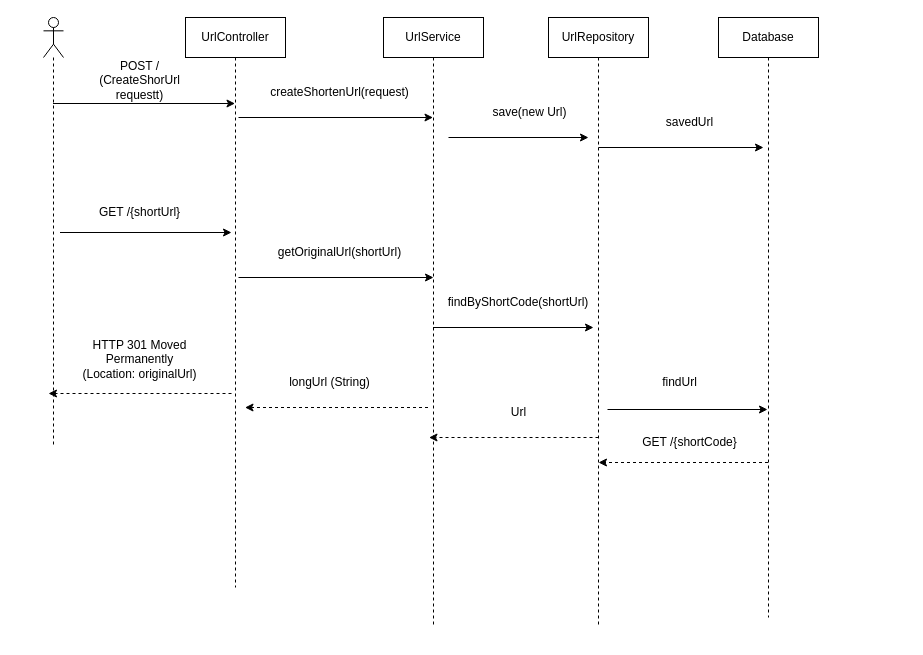
Before: Url-shortner/diagrams/SequenceDiagram.drawio in fathiaoyinloye/URL-Shortener-Application, a draw.io diagram. Source tidied: cells renumbered, new cells numbered last; positions are measured from the earlier drawing's top-left corner, leaving out a move shared by most shapes. Both pictures are drawn from the tidied source at 100%, with x=0, y=0 at pixel (43, 17).
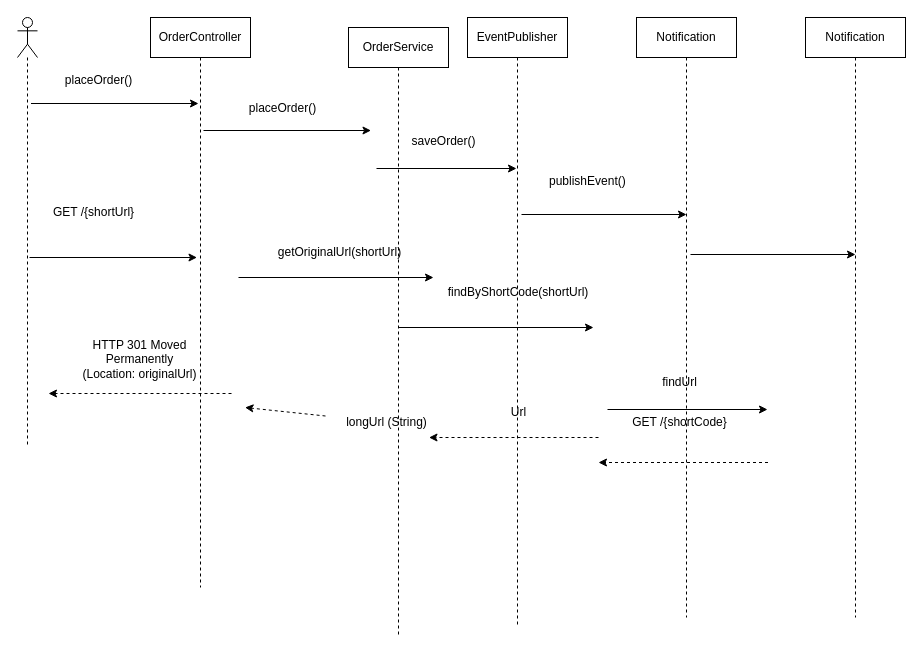
The same page after the edit.

Commit message (it also covers changes not shown here):
Update SequenceDiagram and add ClassDiagram for improved architecture visualization

What changed in the source:
```diff
@@
-    <mxCell id="2" style="edgeStyle=orthogonalEdgeStyle;rounded=0;orthogonalLoop=1;jettySize=auto;html=1;curved=0;" parent="1" edge="1">
-      <mxGeometry relative="1" as="geometry">
-        <mxPoint x="16.5" y="215" as="sourcePoint" />
-        <mxPoint x="188" y="215" as="targetPoint" />
-      </mxGeometry>
-    </mxCell>
     <mxCell id="3" style="shape=umlLifeline;perimeter=lifelinePerimeter;whiteSpace=wrap;html=1;newEdgeStyle={&quot;curved&quot;:0,&quot;rounded&quot;:0};participant=umlActor;" parent="1" vertex="1">
-      <mxGeometry width="20" height="430" as="geometry" />
+      <mxGeometry x="-26" width="20" height="430" as="geometry" />
     </mxCell>
-    <mxCell id="4" value="UrlService" style="shape=umlLifeline;perimeter=lifelinePerimeter;whiteSpace=wrap;html=1;outlineConnect=0;portConstraint=eastwest;newEdgeStyle={&quot;curved&quot;:0,&quot;rounded&quot;:0};" parent="1" vertex="1">
-      <mxGeometry x="340" width="100" height="610" as="geometry" />
+    <mxCell id="4" value="OrderService" style="shape=umlLifeline;perimeter=lifelinePerimeter;whiteSpace=wrap;html=1;outlineConnect=0;portConstraint=eastwest;newEdgeStyle={&quot;curved&quot;:0,&quot;rounded&quot;:0};" parent="1" vertex="1">
+      <mxGeometry x="305" y="10" width="100" height="610" as="geometry" />
     </mxCell>
-    <mxCell id="5" value="UrlController" style="shape=umlLifeline;perimeter=lifelinePerimeter;whiteSpace=wrap;html=1;newEdgeStyle={&quot;curved&quot;:0,&quot;rounded&quot;:0};" parent="1" vertex="1">
-      <mxGeometry x="142" width="100" height="570" as="geometry" />
+    <mxCell id="5" value="OrderController" style="shape=umlLifeline;perimeter=lifelinePerimeter;whiteSpace=wrap;html=1;newEdgeStyle={&quot;curved&quot;:0,&quot;rounded&quot;:0};" parent="1" vertex="1">
+      <mxGeometry x="107" width="100" height="570" as="geometry" />
     </mxCell>
-    <mxCell id="6" value="Database" style="shape=umlLifeline;perimeter=lifelinePerimeter;whiteSpace=wrap;html=1;newEdgeStyle={&quot;curved&quot;:0,&quot;rounded&quot;:0};" parent="1" vertex="1">
-      <mxGeometry x="675" width="100" height="600" as="geometry" />
+    <mxCell id="6" value="Notification" style="shape=umlLifeline;perimeter=lifelinePerimeter;whiteSpace=wrap;html=1;newEdgeStyle={&quot;curved&quot;:0,&quot;rounded&quot;:0};" parent="1" vertex="1">
+      <mxGeometry x="593" width="100" height="600" as="geometry" />
     </mxCell>
-    <mxCell id="7" value="UrlRepository" style="shape=umlLifeline;perimeter=lifelinePerimeter;whiteSpace=wrap;html=1;newEdgeStyle={&quot;curved&quot;:0,&quot;rounded&quot;:0};" parent="1" vertex="1">
-      <mxGeometry x="505" width="100" height="610" as="geometry" />
+    <mxCell id="7" value="EventPublisher" style="shape=umlLifeline;perimeter=lifelinePerimeter;whiteSpace=wrap;html=1;newEdgeStyle={&quot;curved&quot;:0,&quot;rounded&quot;:0};" parent="1" vertex="1">
+      <mxGeometry x="424" width="100" height="610" as="geometry" />
     </mxCell>
     <mxCell id="8" style="endArrow=classic;html=1;rounded=0;" parent="1" edge="1">
       <mxGeometry relative="1" as="geometry">
-        <mxPoint x="9.5" y="86" as="sourcePoint" />
-        <mxPoint x="191.5" y="86" as="targetPoint" />
+        <mxPoint x="-12.5" y="86" as="sourcePoint" />
+        <mxPoint x="155" y="86" as="targetPoint" />
       </mxGeometry>
     </mxCell>
-    <mxCell id="9" style="endArrow=classic;html=1;rounded=0;" parent="1" edge="1" target="4">
-      <mxGeometry relative="1" as="geometry">
-        <mxPoint x="195" y="100" as="sourcePoint" />
-      </mxGeometry>
-    </mxCell>
     <mxCell id="10" style="endArrow=classic;html=1;rounded=0;" parent="1" edge="1">
       <mxGeometry relative="1" as="geometry">
-        <mxPoint x="405" y="120" as="sourcePoint" />
-        <mxPoint x="545" y="120" as="targetPoint" />
+        <mxPoint x="333" y="151" as="sourcePoint" />
+        <mxPoint x="473" y="151" as="targetPoint" />
       </mxGeometry>
     </mxCell>
     <mxCell id="11" style="endArrow=classic;html=1;rounded=0;" parent="1" edge="1">
       <mxGeometry relative="1" as="geometry">
-        <mxPoint x="555" y="130" as="sourcePoint" />
-        <mxPoint x="720" y="130" as="targetPoint" />
+        <mxPoint x="478" y="197" as="sourcePoint" />
+        <mxPoint x="643" y="197" as="targetPoint" />
       </mxGeometry>
     </mxCell>
     <mxCell id="12" value="GET /{shortUrl}" style="text;html=1;whiteSpace=wrap;strokeColor=none;fillColor=none;align=center;verticalAlign=middle;rounded=0;" parent="1" vertex="1">
-      <mxGeometry x="35" y="180" width="123" height="30" as="geometry" />
+      <mxGeometry x="-11" y="180" width="123" height="30" as="geometry" />
     </mxCell>
@@
     <mxCell id="17" value="findByShortCode(shortUrl)" style="text;html=1;whiteSpace=wrap;strokeColor=none;fillColor=none;align=center;verticalAlign=middle;rounded=0;" parent="1" vertex="1">
-      <mxGeometry x="395" y="270" width="160" height="30" as="geometry" />
+      <mxGeometry x="395" y="260" width="160" height="30" as="geometry" />
     </mxCell>
@@
-    <mxCell id="19" value="longUrl (String)" style="text;html=1;whiteSpace=wrap;strokeColor=none;fillColor=none;align=center;verticalAlign=middle;rounded=0;" parent="1" vertex="1">
-      <mxGeometry x="225" y="350" width="123" height="30" as="geometry" />
-    </mxCell>
     <mxCell id="20" value="GET /{shortCode}" style="text;html=1;whiteSpace=wrap;strokeColor=none;fillColor=none;align=center;verticalAlign=middle;rounded=0;" parent="1" vertex="1">
-      <mxGeometry x="585" y="410" width="123" height="30" as="geometry" />
+      <mxGeometry x="575" y="390" width="123" height="30" as="geometry" />
     </mxCell>
-    <mxCell id="21" value="POST / (CreateShorUrl requestt)" style="text;html=1;whiteSpace=wrap;strokeColor=none;fillColor=none;align=center;verticalAlign=middle;rounded=0;" parent="1" vertex="1">
-      <mxGeometry x="35" y="48" width="123" height="30" as="geometry" />
+    <mxCell id="21" value="placeOrder()" style="text;html=1;whiteSpace=wrap;strokeColor=none;fillColor=none;align=center;verticalAlign=middle;rounded=0;" parent="1" vertex="1">
+      <mxGeometry x="-6" y="48" width="123" height="30" as="geometry" />
     </mxCell>
@@
-    <mxCell id="26" style="endArrow=classic;html=1;rounded=0;dashed=1;" parent="1" edge="1">
+    <mxCell id="26" style="endArrow=classic;html=1;rounded=0;dashed=1;" parent="1" edge="1" source="19">
       <mxGeometry relative="1" as="geometry">
-        <mxPoint x="384.5" y="390" as="sourcePoint" />
         <mxPoint x="201.5" y="390" as="targetPoint" />
       </mxGeometry>
     </mxCell>
@@
-    <mxCell id="28" value="createShortenUrl(request)" style="text;html=1;whiteSpace=wrap;strokeColor=none;fillColor=none;align=center;verticalAlign=middle;rounded=0;" parent="1" vertex="1">
-      <mxGeometry x="235" y="60" width="123" height="30" as="geometry" />
+    <mxCell id="28" value="placeOrder()" style="text;html=1;whiteSpace=wrap;strokeColor=none;fillColor=none;align=center;verticalAlign=middle;rounded=0;" parent="1" vertex="1">
+      <mxGeometry x="178" y="76" width="123" height="30" as="geometry" />
     </mxCell>
-    <mxCell id="29" value="save(new Url)" style="text;html=1;whiteSpace=wrap;strokeColor=none;fillColor=none;align=center;verticalAlign=middle;rounded=0;" parent="1" vertex="1">
-      <mxGeometry x="425" y="80" width="123" height="30" as="geometry" />
+    <mxCell id="29" value="saveOrder()" style="text;html=1;whiteSpace=wrap;strokeColor=none;fillColor=none;align=center;verticalAlign=middle;rounded=0;" parent="1" vertex="1">
+      <mxGeometry x="339" y="109" width="123" height="30" as="geometry" />
     </mxCell>
-    <mxCell id="30" value="savedUrl" style="text;html=1;whiteSpace=wrap;strokeColor=none;fillColor=none;align=center;verticalAlign=middle;rounded=0;" parent="1" vertex="1">
-      <mxGeometry x="585" y="90" width="123" height="30" as="geometry" />
-    </mxCell>
+    <mxCell id="31" style="endArrow=classic;html=1;rounded=0;" parent="1" edge="1">
+      <mxGeometry relative="1" as="geometry">
+        <mxPoint x="-14" y="240" as="sourcePoint" />
+        <mxPoint x="153.5" y="240" as="targetPoint" />
+      </mxGeometry>
+    </mxCell>
+    <mxCell id="32" style="endArrow=classic;html=1;rounded=0;" parent="1" edge="1">
+      <mxGeometry relative="1" as="geometry">
+        <mxPoint x="160" y="113" as="sourcePoint" />
+        <mxPoint x="327.5" y="113" as="targetPoint" />
+      </mxGeometry>
+    </mxCell>
+    <mxCell id="33" value="Notification" style="shape=umlLifeline;perimeter=lifelinePerimeter;whiteSpace=wrap;html=1;newEdgeStyle={&quot;curved&quot;:0,&quot;rounded&quot;:0};" parent="1" vertex="1">
+      <mxGeometry x="762" width="100" height="600" as="geometry" />
+    </mxCell>
+    <mxCell id="34" style="endArrow=classic;html=1;rounded=0;" parent="1" edge="1">
+      <mxGeometry relative="1" as="geometry">
+        <mxPoint x="647" y="237" as="sourcePoint" />
+        <mxPoint x="812" y="237" as="targetPoint" />
+      </mxGeometry>
+    </mxCell>
+    <mxCell id="35" value="publishEvent()" style="text;whiteSpace=wrap;html=1;" parent="1" vertex="1">
+      <mxGeometry x="504" y="150" width="110" height="40" as="geometry" />
+    </mxCell>
+    <mxCell id="36" value=" " style="text;whiteSpace=wrap;html=1;" parent="1" vertex="1">
+      <mxGeometry x="675" y="180" width="130" height="40" as="geometry" />
+    </mxCell>
+    <mxCell id="37" style="endArrow=classic;html=1;rounded=0;dashed=1;" parent="1" edge="1" target="19">
+      <mxGeometry relative="1" as="geometry">
+        <mxPoint x="384.5" y="390" as="sourcePoint" />
+      </mxGeometry>
+    </mxCell>
+    <mxCell id="19" value="longUrl (String)" style="text;html=1;whiteSpace=wrap;strokeColor=none;fillColor=none;align=center;verticalAlign=middle;rounded=0;" parent="1" vertex="1">
+      <mxGeometry x="282" y="390" width="123" height="30" as="geometry" />
+    </mxCell>
```
